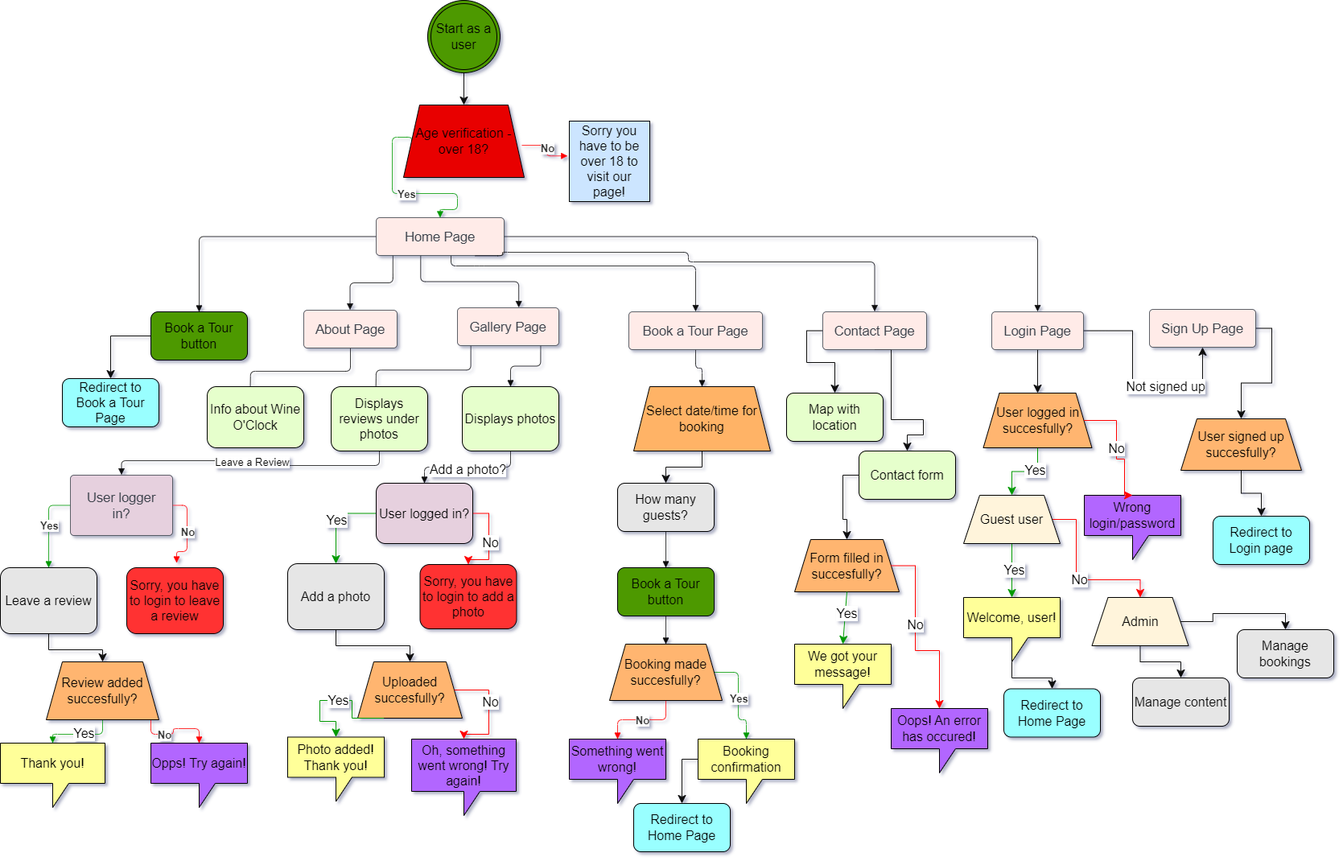
Before: docs/flowchart.drawio.png, a diagram exported from draw.io (violaberg/wine-o-clock). Source tidied: cells renumbered, new cells last; positions are measured from the earlier drawing's top-left corner, leaving out a move shared by most shapes.
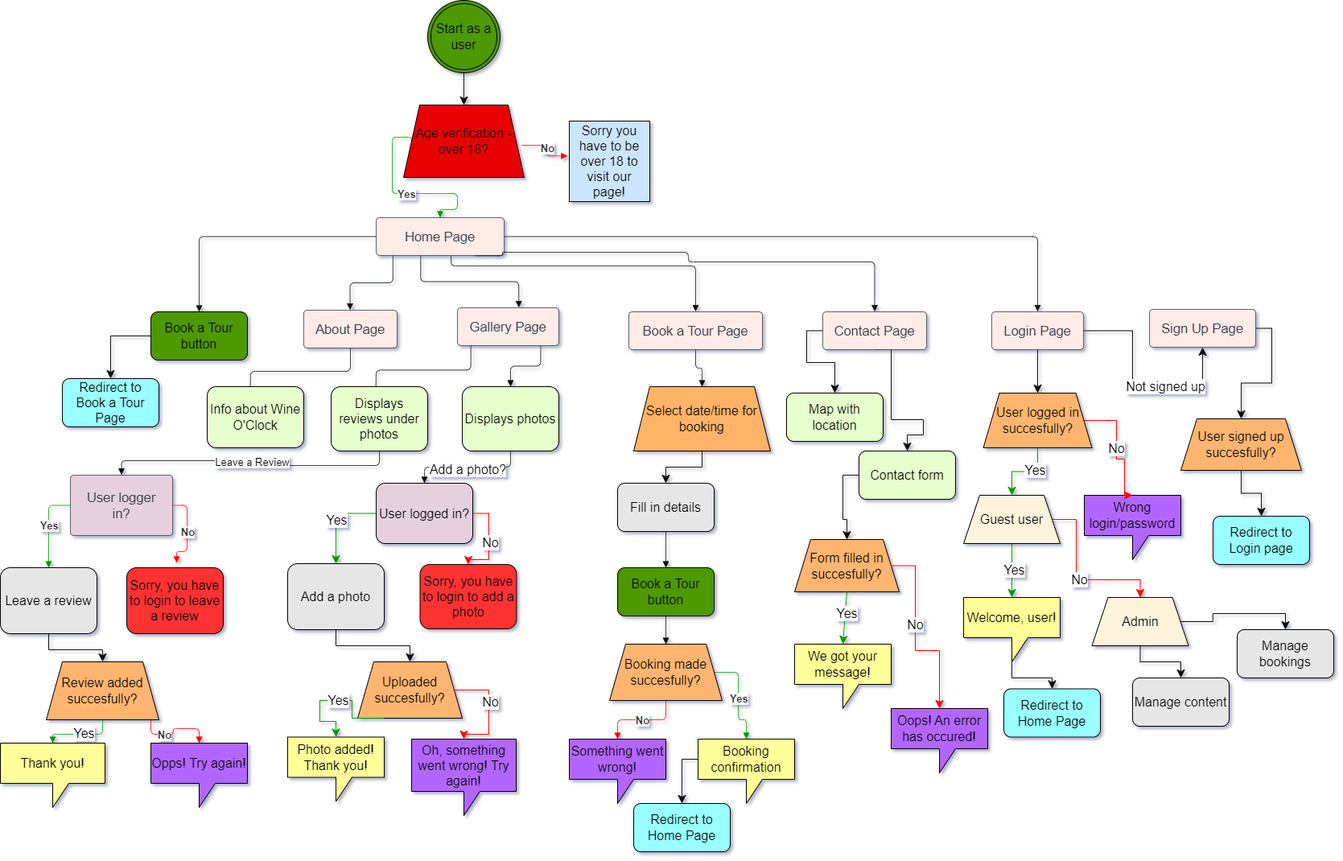
The same file after the commit.

The edit, as a diff of the source:
```diff
@@ -296,7 +296,7 @@
     <mxCell id="78" value="Select date/time for booking" style="shape=trapezoid;perimeter=trapezoidPerimeter;whiteSpace=wrap;html=1;fixedSize=1;fontSize=16;fillColor=#FFB366;" parent="1" vertex="1">
       <mxGeometry x="787" y="480" width="170" height="80" as="geometry" />
     </mxCell>
-    <mxCell id="79" value="How many guests?" style="rounded=1;whiteSpace=wrap;html=1;fontSize=16;fillColor=#E6E6E6;" parent="1" vertex="1">
+    <mxCell id="79" value="Fill in details" style="rounded=1;whiteSpace=wrap;html=1;fontSize=16;fillColor=#E6E6E6;" parent="1" vertex="1">
       <mxGeometry x="767" y="600" width="120" height="60" as="geometry" />
     </mxCell>
     <mxCell id="80" value="Book a Tour button" style="rounded=1;whiteSpace=wrap;html=1;fontSize=16;shadow=0;fillColor=#4D9900;" parent="1" vertex="1">
```
